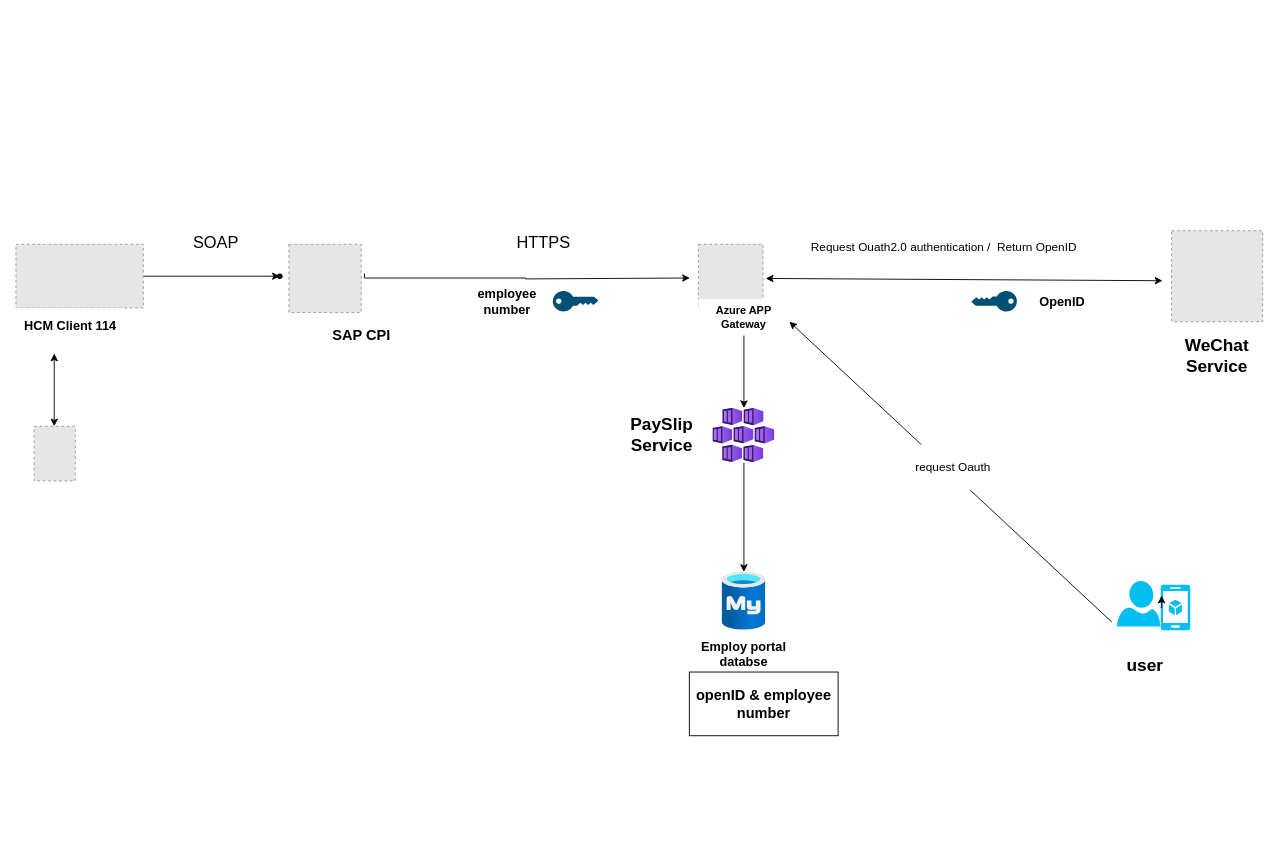
This is src/SAP.drawio from liuyuch1990/demo, a draw.io file, before an edit. Source tidied: cells renumbered, new cells numbered last; positions are measured from the earlier drawing's top-left corner, leaving out a move shared by most shapes. Both pictures are drawn from the tidied source at 91%, with x=0, y=0 at pixel (15, 215). Pictures stored in the file or linked from it are replaced by grey dashed boxes.
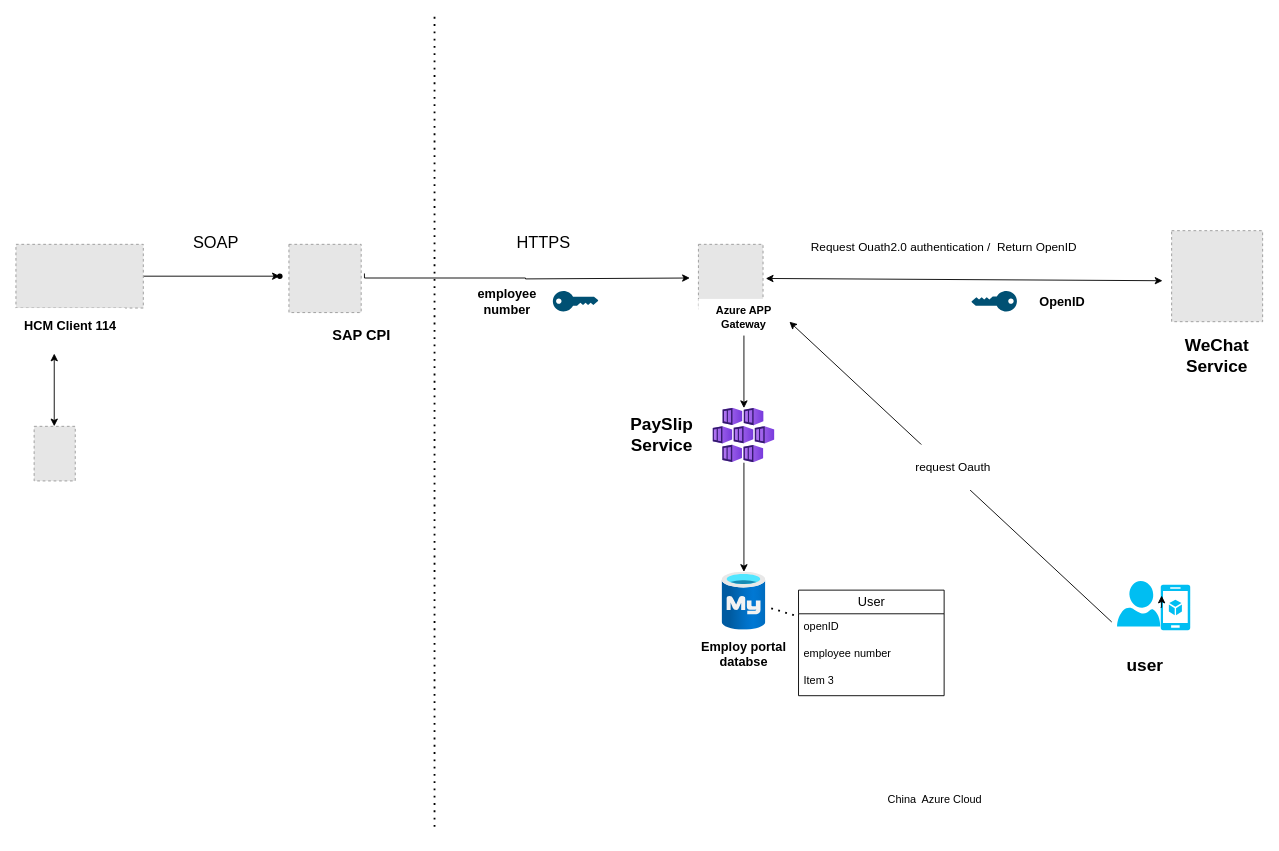
Above is the later version.

The edit, as a diff of the source:
```diff
@@
-    <mxCell id="35" value="&lt;span style=&quot;font-size: 16px;&quot;&gt;&lt;b&gt;openID &amp;amp; employee number&lt;/b&gt;&lt;/span&gt;" style="rounded=0;whiteSpace=wrap;html=1;" parent="1" vertex="1">
-      <mxGeometry x="740" y="502" width="163.5" height="70" as="geometry" />
-    </mxCell>
@@
+    <mxCell id="37" style="endArrow=none;dashed=1;html=1;dashPattern=1 3;strokeWidth=2;rounded=0;fontFamily=Helvetica;fontSize=12;fontColor=default;" parent="1" edge="1">
+      <mxGeometry relative="1" as="geometry">
+        <mxPoint x="460" y="672" as="sourcePoint" />
+        <mxPoint x="460" y="-218" as="targetPoint" />
+      </mxGeometry>
+    </mxCell>
+    <mxCell id="38" value="China&amp;nbsp; Azure Cloud" style="shape=ext;double=1;rounded=0;whiteSpace=wrap;html=1;strokeColor=none;align=center;verticalAlign=middle;fontFamily=Helvetica;fontSize=12;fontColor=default;fillColor=default;" parent="1" vertex="1">
+      <mxGeometry x="900" y="602" width="220" height="80" as="geometry" />
+    </mxCell>
+    <mxCell id="39" value="User" style="swimlane;fontStyle=0;horizontal=1;startSize=26;align=center;fontSize=14;rounded=0;strokeColor=default;verticalAlign=middle;fontFamily=Helvetica;fontColor=default;fillColor=default;html=1;" parent="1" vertex="1">
+      <mxGeometry x="860" y="412" width="160" height="116" as="geometry" />
+    </mxCell>
+    <mxCell id="40" value="openID" style="text;strokeColor=none;fillColor=none;spacingLeft=4;spacingRight=4;overflow=hidden;fontSize=12;whiteSpace=wrap;html=1;fontFamily=Helvetica;fontColor=default;" parent="39" vertex="1">
+      <mxGeometry y="26" width="160" height="30" as="geometry" />
+    </mxCell>
+    <mxCell id="41" value="employee number" style="text;strokeColor=none;fillColor=none;spacingLeft=4;spacingRight=4;overflow=hidden;fontSize=12;whiteSpace=wrap;html=1;fontFamily=Helvetica;fontColor=default;" parent="39" vertex="1">
+      <mxGeometry y="56" width="160" height="30" as="geometry" />
+    </mxCell>
+    <mxCell id="42" value="Item 3" style="text;strokeColor=none;fillColor=none;spacingLeft=4;spacingRight=4;overflow=hidden;fontSize=12;whiteSpace=wrap;html=1;fontFamily=Helvetica;fontColor=default;" parent="39" vertex="1">
+      <mxGeometry y="86" width="160" height="30" as="geometry" />
+    </mxCell>
+    <mxCell id="43" style="endArrow=none;dashed=1;html=1;dashPattern=1 3;strokeWidth=2;rounded=0;fontFamily=Helvetica;fontSize=12;fontColor=default;entryX=0;entryY=0.25;entryDx=0;entryDy=0;" parent="1" edge="1" target="39">
+      <mxGeometry relative="1" as="geometry">
+        <mxPoint x="830" y="432" as="sourcePoint" />
+      </mxGeometry>
+    </mxCell>
```
